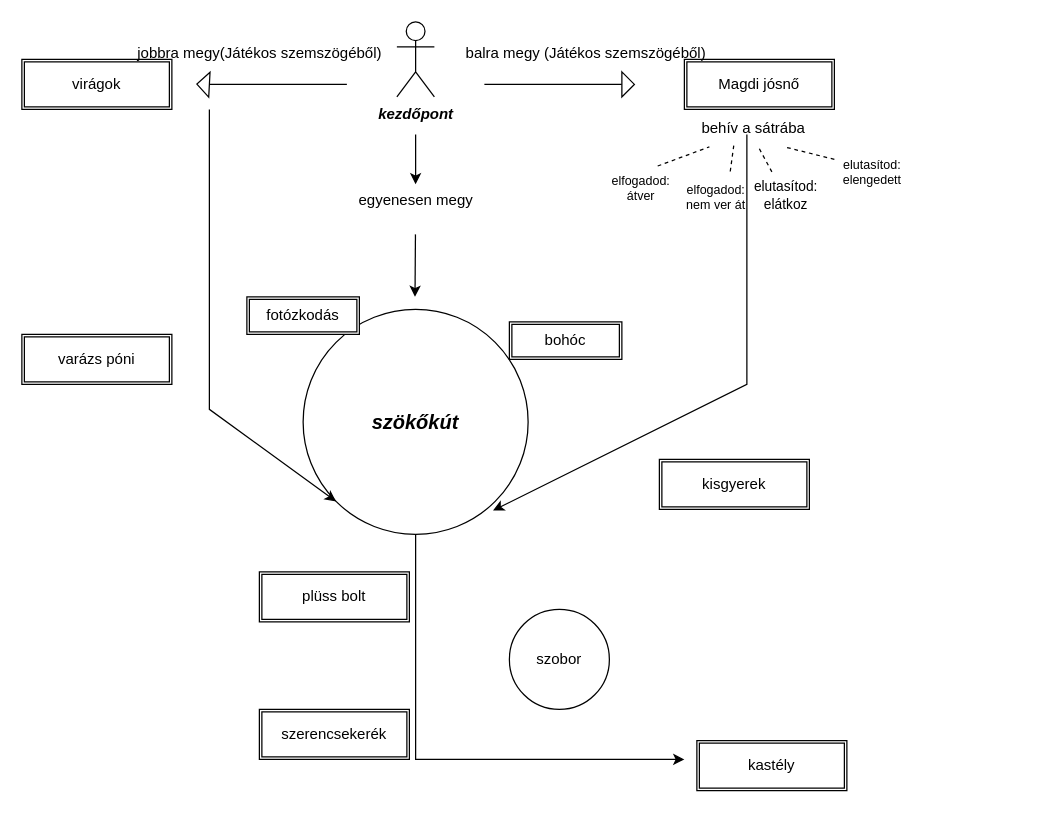
Before: vazlat .drawio in mezeirenata/disney, a draw.io diagram. Source tidied: cells renumbered, new cells numbered last; positions are measured from the earlier drawing's top-left corner, leaving out a move shared by most shapes. Both pictures are drawn from the tidied source at 125%, with x=0, y=0 at pixel (21, 21).
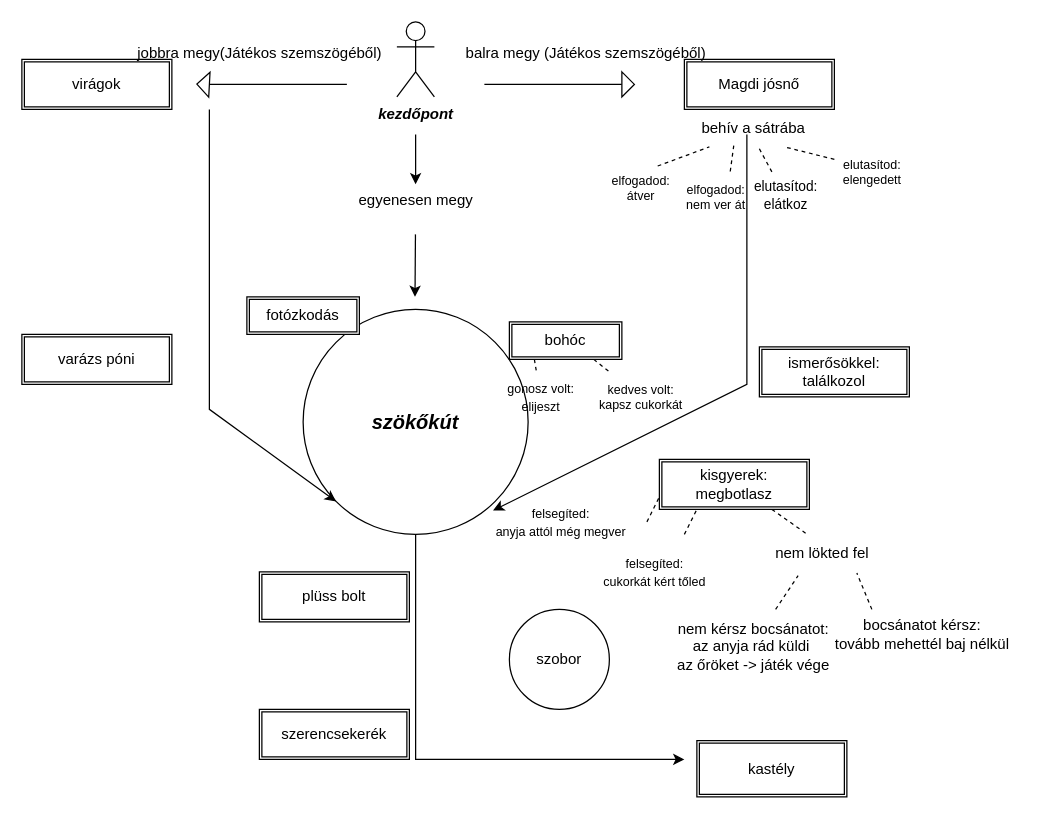
After the change.

The change refers to these unchanged cells:
```xml
<mxCell id="20" value="bohóc" style="shape=ext;double=1;rounded=0;whiteSpace=wrap;html=1;" parent="1" vertex="1">
  <mxGeometry x="390" y="240" width="90" height="30" as="geometry" />
</mxCell>
```

Diff of the diagram source:
```diff
@@
     <mxCell id="18" value="kastély" style="shape=ext;double=1;rounded=0;whiteSpace=wrap;html=1;" parent="1" vertex="1">
-      <mxGeometry x="540" y="575" width="120" height="40" as="geometry" />
+      <mxGeometry x="540" y="575" width="120" height="45" as="geometry" />
     </mxCell>
@@
-    <mxCell id="21" value="kisgyerek" style="shape=ext;double=1;rounded=0;whiteSpace=wrap;html=1;" parent="1" vertex="1">
+    <mxCell id="21" value="kisgyerek:&lt;br&gt;megbotlasz" style="shape=ext;double=1;rounded=0;whiteSpace=wrap;html=1;" parent="1" vertex="1">
       <mxGeometry x="510" y="350" width="120" height="40" as="geometry" />
     </mxCell>
@@
+    <mxCell id="37" value="&lt;font style=&quot;font-size: 10px;&quot;&gt;gonosz volt:&lt;br&gt;elijeszt&lt;/font&gt;" style="text;html=1;align=center;verticalAlign=middle;points=[];strokeColor=none;fillColor=none;" parent="1" vertex="1">
+      <mxGeometry x="375" y="280" width="80" height="40" as="geometry" />
+    </mxCell>
+    <mxCell id="38" value="kedves volt:&lt;br style=&quot;font-size: 10px;&quot;&gt;kapsz cukorkát" style="text;html=1;align=center;verticalAlign=middle;points=[];strokeColor=none;fillColor=none;fontSize=10;" parent="1" vertex="1">
+      <mxGeometry x="450" y="280" width="90" height="40" as="geometry" />
+    </mxCell>
+    <mxCell id="39" style="endArrow=none;dashed=1;html=1;rounded=0;" parent="1" edge="1" target="37">
+      <mxGeometry relative="1" as="geometry">
+        <mxPoint x="410" y="270" as="sourcePoint" />
+      </mxGeometry>
+    </mxCell>
+    <mxCell id="40" style="endArrow=none;dashed=1;html=1;rounded=0;exitX=0.75;exitY=1;exitDx=0;exitDy=0;" parent="1" edge="1" source="20" target="38">
+      <mxGeometry relative="1" as="geometry">
+        <Array as="points">
+          <mxPoint x="470" y="280" />
+        </Array>
+      </mxGeometry>
+    </mxCell>
+    <mxCell id="41" style="endArrow=none;dashed=1;html=1;rounded=0;" parent="1" edge="1">
+      <mxGeometry relative="1" as="geometry">
+        <mxPoint x="530" y="410" as="sourcePoint" />
+        <mxPoint x="540" y="390" as="targetPoint" />
+      </mxGeometry>
+    </mxCell>
+    <mxCell id="42" value="&lt;font style=&quot;font-size: 10px;&quot;&gt;felsegíted:&lt;br&gt;cukorkát kért tőled&lt;/font&gt;" style="text;html=1;align=center;verticalAlign=middle;strokeColor=none;fillColor=none;" parent="1" vertex="1">
+      <mxGeometry x="451" y="420" width="110" height="40" as="geometry" />
+    </mxCell>
+    <mxCell id="43" value="ismerősökkel:&lt;br&gt;találkozol" style="shape=ext;double=1;rounded=0;whiteSpace=wrap;html=1;" parent="1" vertex="1">
+      <mxGeometry x="590" y="260" width="120" height="40" as="geometry" />
+    </mxCell>
+    <mxCell id="44" value="&lt;font style=&quot;font-size: 10px;&quot;&gt;felsegíted:&lt;br&gt;anyja attól még megver&lt;/font&gt;" style="text;html=1;align=center;verticalAlign=middle;points=[];strokeColor=none;fillColor=none;" parent="1" vertex="1">
+      <mxGeometry x="366" y="380" width="130" height="40" as="geometry" />
+    </mxCell>
+    <mxCell id="45" value="nem lökted fel" style="text;html=1;align=center;verticalAlign=middle;points=[];strokeColor=none;fillColor=none;" parent="1" vertex="1">
+      <mxGeometry x="590" y="410" width="100" height="30" as="geometry" />
+    </mxCell>
+    <mxCell id="46" style="endArrow=none;dashed=1;html=1;rounded=0;exitX=0.37;exitY=-0.033;exitDx=0;exitDy=0;exitPerimeter=0;entryX=0.75;entryY=1;entryDx=0;entryDy=0;" parent="1" edge="1" source="45" target="21">
+      <mxGeometry relative="1" as="geometry" />
+    </mxCell>
+    <mxCell id="47" style="endArrow=none;dashed=1;html=1;rounded=0;exitX=1.031;exitY=0.5;exitDx=0;exitDy=0;exitPerimeter=0;entryX=0;entryY=0.75;entryDx=0;entryDy=0;" parent="1" edge="1" source="44" target="21">
+      <mxGeometry relative="1" as="geometry" />
+    </mxCell>
+    <mxCell id="48" style="endArrow=none;dashed=1;html=1;rounded=0;entryX=0.78;entryY=1.033;entryDx=0;entryDy=0;entryPerimeter=0;" parent="1" edge="1" target="45">
+      <mxGeometry relative="1" as="geometry">
+        <mxPoint x="680" y="470" as="sourcePoint" />
+      </mxGeometry>
+    </mxCell>
+    <mxCell id="49" value="bocsánatot kérsz:&lt;br&gt;tovább mehettél baj nélkül" style="text;html=1;align=center;verticalAlign=middle;strokeColor=none;fillColor=none;" parent="1" vertex="1">
+      <mxGeometry x="640" y="470" width="160" height="40" as="geometry" />
+    </mxCell>
+    <mxCell id="50" value="nem kérsz bocsánatot:&lt;br&gt;az anyja rád küldi&amp;nbsp;&lt;br&gt;az őröket -&amp;gt; játék vége" style="text;html=1;align=center;verticalAlign=middle;points=[];strokeColor=none;fillColor=none;" parent="1" vertex="1">
+      <mxGeometry x="510" y="470" width="150" height="60" as="geometry" />
+    </mxCell>
+    <mxCell id="51" style="endArrow=none;dashed=1;html=1;rounded=0;entryX=0.31;entryY=1.1;entryDx=0;entryDy=0;entryPerimeter=0;exitX=0.62;exitY=0;exitDx=0;exitDy=0;exitPerimeter=0;" parent="1" edge="1" source="50" target="45">
+      <mxGeometry relative="1" as="geometry" />
+    </mxCell>
```
